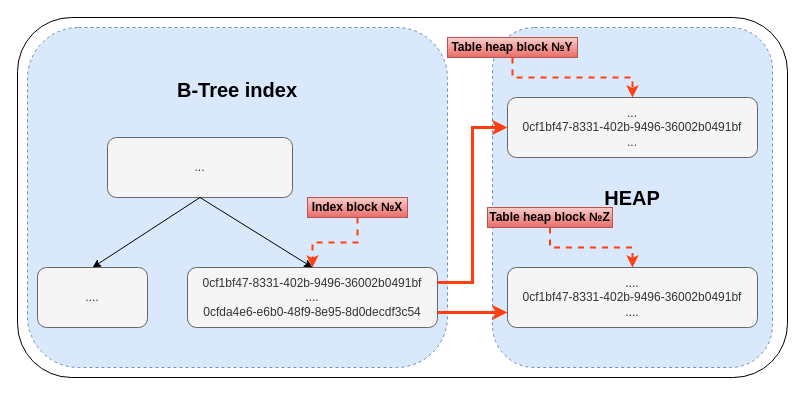
The draw.io diagram неравномерный индекс.drawio in vadv/images, before the edit. Source tidied: cells renumbered, new cells numbered last; positions are measured from the earlier drawing's top-left corner, leaving out a move shared by most shapes. Both pictures are drawn from the tidied source at 100%, with x=0, y=0 at pixel (17, 17).
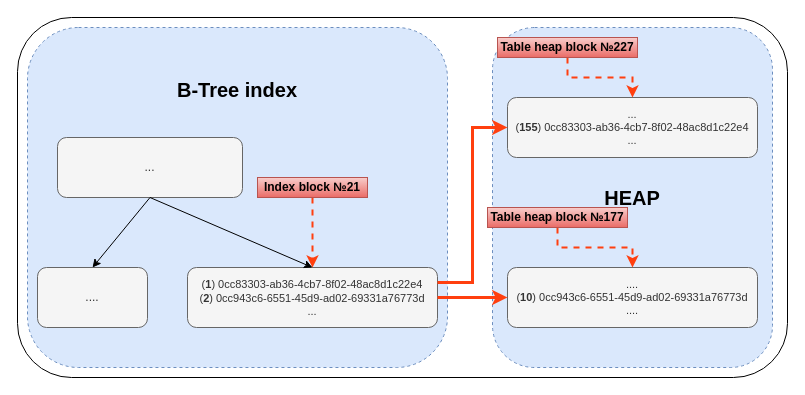
The same diagram, later.

Diff of the diagram source:
```diff
@@
     <mxCell id="4" value="..." style="rounded=1;whiteSpace=wrap;html=1;fillColor=#f5f5f5;strokeColor=#666666;fontColor=#333333;" parent="1" vertex="1">
-      <mxGeometry x="90" y="120" width="185" height="60" as="geometry" />
+      <mxGeometry x="40" y="120" width="185" height="60" as="geometry" />
     </mxCell>
@@
-    <mxCell id="6" value="&lt;div&gt;0cf1bf47-8331-402b-9496-36002b0491bf&lt;br&gt;&lt;/div&gt;&lt;div&gt;....&lt;br&gt;&lt;/div&gt;&lt;div&gt;0cfda4e6-e6b0-48f9-8e95-8d0decdf3c54&lt;br&gt;&lt;/div&gt;" style="rounded=1;whiteSpace=wrap;html=1;fillColor=#f5f5f5;strokeColor=#666666;fontColor=#333333;" parent="1" vertex="1">
+    <mxCell id="6" value="&lt;font style=&quot;font-size: 11px&quot;&gt;(&lt;b&gt;1&lt;/b&gt;) 0cc83303-ab36-4cb7-8f02-48ac8d1c22e4&lt;br&gt;&lt;/font&gt;&lt;div style=&quot;font-size: 11px&quot;&gt;&lt;font style=&quot;font-size: 11px&quot;&gt;(&lt;b&gt;2&lt;/b&gt;) 0cc943c6-6551-45d9-ad02-69331a76773d&lt;/font&gt;&lt;/div&gt;&lt;div style=&quot;font-size: 11px&quot;&gt;&lt;font style=&quot;font-size: 11px&quot;&gt;...&lt;br&gt;&lt;/font&gt;&lt;/div&gt;" style="rounded=1;whiteSpace=wrap;html=1;fillColor=#f5f5f5;strokeColor=#666666;fontColor=#333333;" parent="1" vertex="1">
       <mxGeometry x="170" y="250" width="250" height="60" as="geometry" />
     </mxCell>
@@
-    <mxCell id="10" value="&lt;div&gt;...&lt;br&gt;&lt;/div&gt;&lt;div&gt;0cf1bf47-8331-402b-9496-36002b0491bf&lt;/div&gt;&lt;div&gt;...&lt;br&gt;&lt;/div&gt;" style="rounded=1;whiteSpace=wrap;html=1;fillColor=#f5f5f5;strokeColor=#666666;fontColor=#333333;" parent="1" vertex="1">
+    <mxCell id="10" value="&lt;div style=&quot;font-size: 11px&quot;&gt;&lt;font style=&quot;font-size: 11px&quot;&gt;...&lt;br&gt;&lt;/font&gt;&lt;/div&gt;&lt;div style=&quot;font-size: 11px&quot;&gt;&lt;font style=&quot;font-size: 11px&quot;&gt;(&lt;b&gt;155&lt;/b&gt;) 0cc83303-ab36-4cb7-8f02-48ac8d1c22e4&lt;/font&gt;&lt;/div&gt;&lt;div style=&quot;font-size: 11px&quot;&gt;&lt;font style=&quot;font-size: 11px&quot;&gt;...&lt;br&gt;&lt;/font&gt;&lt;/div&gt;" style="rounded=1;whiteSpace=wrap;html=1;fillColor=#f5f5f5;strokeColor=#666666;fontColor=#333333;" parent="1" vertex="1">
       <mxGeometry x="490" y="80" width="250" height="60" as="geometry" />
     </mxCell>
-    <mxCell id="11" value="&lt;div&gt;....&lt;br&gt;&lt;/div&gt;&lt;div&gt;0cf1bf47-8331-402b-9496-36002b0491bf&lt;/div&gt;&lt;div&gt;....&lt;br&gt;&lt;/div&gt;" style="rounded=1;whiteSpace=wrap;html=1;fillColor=#f5f5f5;strokeColor=#666666;fontColor=#333333;" parent="1" vertex="1">
+    <mxCell id="11" value="&lt;div style=&quot;font-size: 11px&quot;&gt;&lt;font style=&quot;font-size: 11px&quot;&gt;....&lt;/font&gt;&lt;/div&gt;&lt;div style=&quot;font-size: 11px&quot;&gt;&lt;font style=&quot;font-size: 11px&quot;&gt;(&lt;b&gt;10&lt;/b&gt;) 0cc943c6-6551-45d9-ad02-69331a76773d&lt;/font&gt;&lt;/div&gt;&lt;div style=&quot;font-size: 11px&quot;&gt;&lt;font style=&quot;font-size: 11px&quot;&gt;....&lt;br&gt;&lt;/font&gt;&lt;/div&gt;" style="rounded=1;whiteSpace=wrap;html=1;fillColor=#f5f5f5;strokeColor=#666666;fontColor=#333333;" parent="1" vertex="1">
       <mxGeometry x="490" y="250" width="250" height="60" as="geometry" />
     </mxCell>
@@
-    <mxCell id="13" style="edgeStyle=orthogonalEdgeStyle;rounded=0;jettySize=auto;html=1;exitX=1;exitY=0.75;exitDx=0;exitDy=0;entryX=0;entryY=0.75;entryDx=0;entryDy=0;strokeWidth=3;strokeColor=#FF3F0F;" parent="1" edge="1" source="6" target="11">
-      <mxGeometry relative="1" as="geometry" />
+    <mxCell id="13" style="edgeStyle=orthogonalEdgeStyle;rounded=0;jettySize=auto;html=1;exitX=1;exitY=0.5;exitDx=0;exitDy=0;strokeWidth=3;strokeColor=#FF3F0F;" parent="1" edge="1" source="6">
+      <mxGeometry relative="1" as="geometry">
+        <mxPoint x="490" y="280" as="targetPoint" />
+      </mxGeometry>
     </mxCell>
@@
-    <mxCell id="15" value="&lt;b&gt;Index block №X&lt;/b&gt;" style="text;html=1;strokeColor=#b85450;fillColor=#f8cecc;align=center;verticalAlign=middle;whiteSpace=wrap;rounded=0;gradientColor=#ea6b66;" parent="1" vertex="1">
-      <mxGeometry x="290" y="180" width="100" height="20" as="geometry" />
+    <mxCell id="15" value="&lt;b&gt;Index block №21&lt;/b&gt;" style="text;html=1;strokeColor=#b85450;fillColor=#f8cecc;align=center;verticalAlign=middle;whiteSpace=wrap;rounded=0;gradientColor=#ea6b66;" parent="1" vertex="1">
+      <mxGeometry x="240" y="160" width="110" height="20" as="geometry" />
     </mxCell>
@@
-    <mxCell id="17" value="&lt;b&gt;Table heap block №Y&lt;/b&gt;" style="text;html=1;strokeColor=#b85450;fillColor=#f8cecc;align=center;verticalAlign=middle;whiteSpace=wrap;rounded=0;gradientColor=#ea6b66;" parent="1" vertex="1">
-      <mxGeometry x="430" y="20" width="130" height="20" as="geometry" />
+    <mxCell id="17" value="&lt;b&gt;Table heap block №227&lt;/b&gt;" style="text;html=1;strokeColor=#b85450;fillColor=#f8cecc;align=center;verticalAlign=middle;whiteSpace=wrap;rounded=0;gradientColor=#ea6b66;" parent="1" vertex="1">
+      <mxGeometry x="480" y="20" width="140" height="20" as="geometry" />
     </mxCell>
@@
-    <mxCell id="19" value="&lt;b&gt;Table heap block №Z&lt;/b&gt;" style="text;html=1;strokeColor=#b85450;fillColor=#f8cecc;align=center;verticalAlign=middle;whiteSpace=wrap;rounded=0;gradientColor=#ea6b66;" parent="1" vertex="1">
-      <mxGeometry x="470" y="190" width="125" height="20" as="geometry" />
+    <mxCell id="19" value="&lt;b&gt;Table heap block №177&lt;/b&gt;" style="text;html=1;strokeColor=#b85450;fillColor=#f8cecc;align=center;verticalAlign=middle;whiteSpace=wrap;rounded=0;gradientColor=#ea6b66;" parent="1" vertex="1">
+      <mxGeometry x="470" y="190" width="140" height="20" as="geometry" />
     </mxCell>
```
